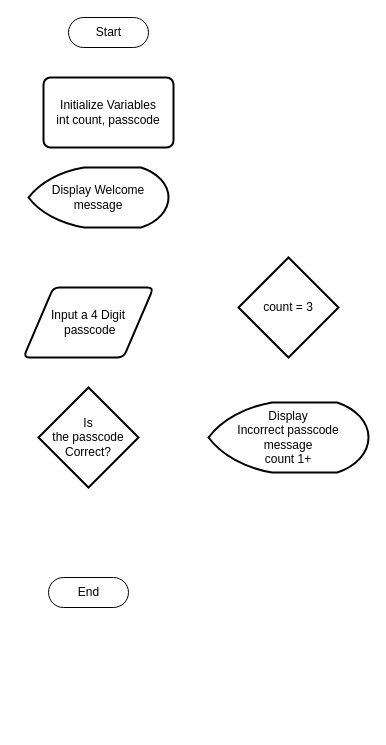
Earlier version of the draw.io diagram CPE121L_PrelimExam.drawio (JvMapote/CPE121L_Group2). Source tidied: cells renumbered, new cells numbered last; positions are measured from the earlier drawing's top-left corner, leaving out a move shared by most shapes. Both pictures are drawn from the tidied source at 100%, with x=0, y=0 at pixel (23, 17).
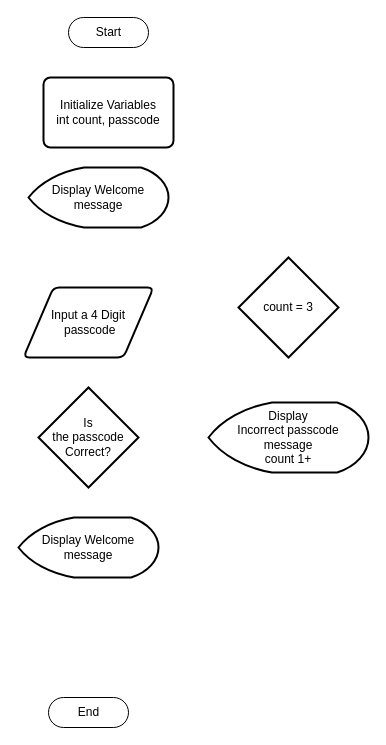
After the change.

Diff of the diagram source:
```diff
@@
 <mxGraphModel>
   <root>
     <mxCell id="0" />
     <mxCell id="1" parent="0" />
     <mxCell id="2" value="Start" style="html=1;dashed=0;whitespace=wrap;shape=mxgraph.dfd.start;" parent="1" vertex="1">
       <mxGeometry x="45" width="80" height="30" as="geometry" />
     </mxCell>
     <mxCell id="3" value="End" style="html=1;dashed=0;whitespace=wrap;shape=mxgraph.dfd.start;" parent="1" vertex="1">
-      <mxGeometry x="25" y="560" width="80" height="30" as="geometry" />
+      <mxGeometry x="25" y="680" width="80" height="30" as="geometry" />
     </mxCell>
     <mxCell id="4" value="Input a 4 Digit&lt;br&gt;&amp;nbsp;passcode&lt;br&gt;" style="shape=parallelogram;html=1;strokeWidth=2;perimeter=parallelogramPerimeter;whiteSpace=wrap;rounded=1;arcSize=12;size=0.23;" parent="1" vertex="1">
       <mxGeometry y="270" width="130" height="70" as="geometry" />
     </mxCell>
     <mxCell id="5" value="Is &lt;br&gt;the passcode Correct?" style="strokeWidth=2;html=1;shape=mxgraph.flowchart.decision;whiteSpace=wrap;" parent="1" vertex="1">
       <mxGeometry x="15" y="370" width="100" height="100" as="geometry" />
     </mxCell>
     <mxCell id="6" value="Display &lt;br&gt;Incorrect passcode &lt;br&gt;message&lt;br&gt;count 1+" style="strokeWidth=2;html=1;shape=mxgraph.flowchart.display;whiteSpace=wrap;" parent="1" vertex="1">
       <mxGeometry x="185" y="385" width="160" height="70" as="geometry" />
     </mxCell>
     <mxCell id="7" value="Initialize Variables&lt;br&gt;int count, passcode" style="rounded=1;whiteSpace=wrap;html=1;absoluteArcSize=1;arcSize=14;strokeWidth=2;" parent="1" vertex="1">
       <mxGeometry x="20" y="60" width="130" height="70" as="geometry" />
     </mxCell>
     <mxCell id="8" value="Display Welcome message" style="strokeWidth=2;html=1;shape=mxgraph.flowchart.display;whiteSpace=wrap;" parent="1" vertex="1">
       <mxGeometry x="5" y="150" width="140" height="60" as="geometry" />
     </mxCell>
     <mxCell id="9" value="count = 3" style="strokeWidth=2;html=1;shape=mxgraph.flowchart.decision;whiteSpace=wrap;" parent="1" vertex="1">
       <mxGeometry x="215" y="240" width="100" height="100" as="geometry" />
     </mxCell>
+    <mxCell id="10" value="Display Welcome message" style="strokeWidth=2;html=1;shape=mxgraph.flowchart.display;whiteSpace=wrap;" parent="1" vertex="1">
+      <mxGeometry x="-5" y="500" width="140" height="60" as="geometry" />
+    </mxCell>
   </root>
 </mxGraphModel>
```
